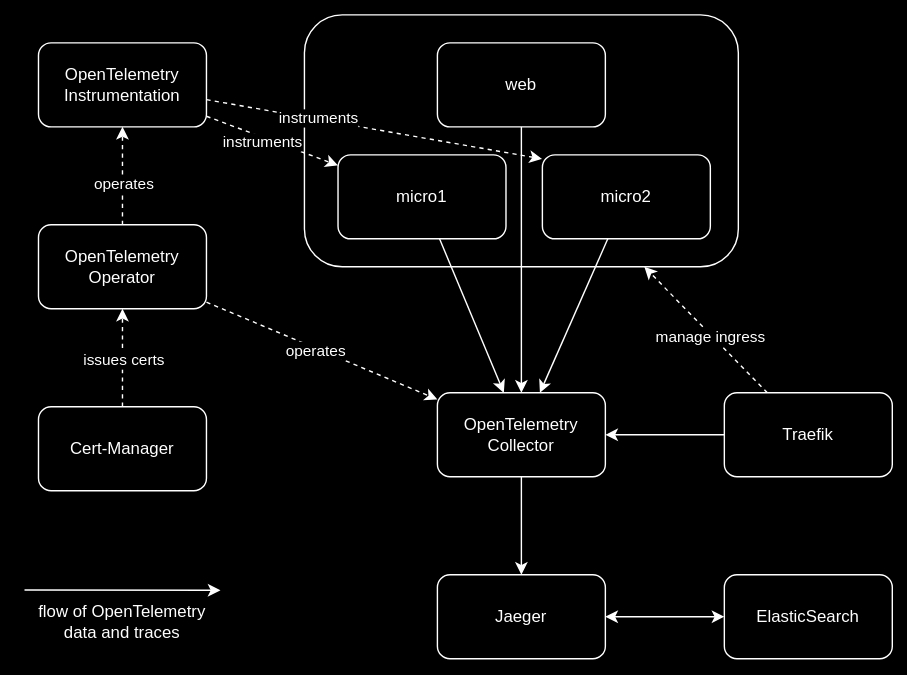
This is docs/local-architecture.drawio.svg from andreasgerner/distributed-tracing, a draw.io export, as it was before one commit. Source tidied: cells renumbered, new cells last; positions are measured from the earlier drawing's top-left corner, leaving out a move shared by most shapes.
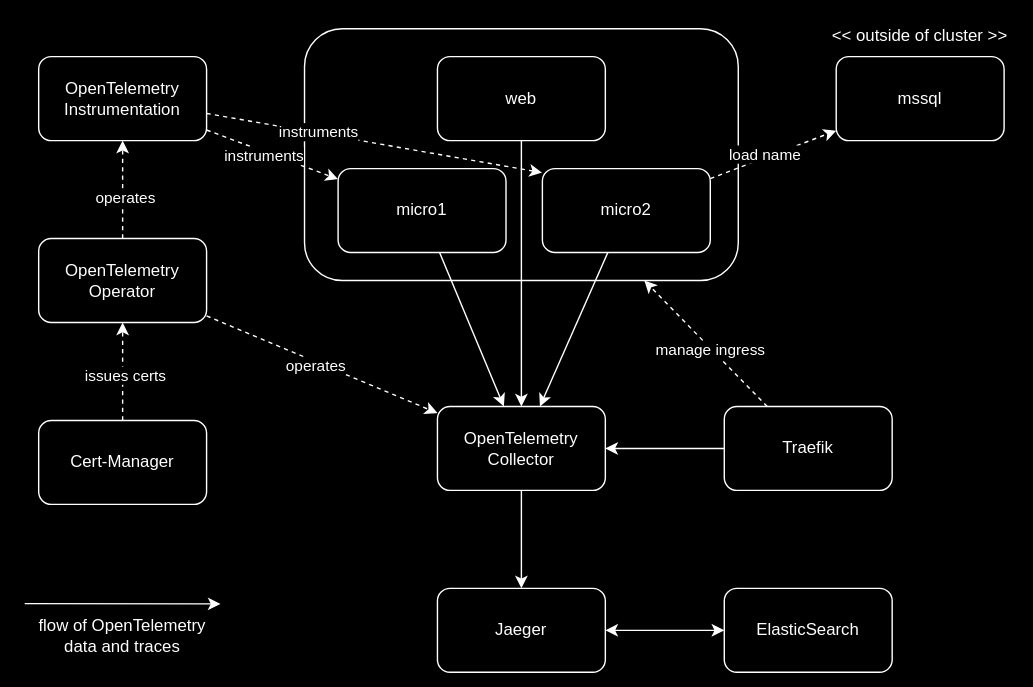
The same file after the commit.

What changed in the source:
```diff
@@ -64,6 +64,14 @@
     <mxCell id="21" style="rounded=0;jettySize=auto;html=1;" parent="1" edge="1" source="22" target="6">
       <mxGeometry relative="1" as="geometry" />
     </mxCell>
+    <mxCell id="33" style="rounded=0;jettySize=auto;html=1;dashed=1;" parent="1" edge="1" source="22" target="35">
+      <mxGeometry relative="1" as="geometry" />
+    </mxCell>
+    <mxCell id="34" value="load name" style="edgeLabel;html=1;align=center;verticalAlign=middle;" parent="33" vertex="1">
+      <mxGeometry x="-0.13" y="2" relative="1" as="geometry">
+        <mxPoint y="-1" as="offset" />
+      </mxGeometry>
+    </mxCell>
     <mxCell id="22" value="micro2" style="rounded=1;whiteSpace=wrap;html=1;" parent="1" vertex="1">
       <mxGeometry x="370" y="100" width="120" height="60" as="geometry" />
     </mxCell>
@@ -104,5 +112,11 @@
     <mxCell id="32" value="flow of OpenTelemetry data and traces" style="text;html=1;align=center;verticalAlign=middle;whiteSpace=wrap;rounded=0;" parent="1" vertex="1">
       <mxGeometry y="419.1" width="140" height="30" as="geometry" />
     </mxCell>
+    <mxCell id="35" value="mssql" style="rounded=1;whiteSpace=wrap;html=1;" parent="1" vertex="1">
+      <mxGeometry x="580" y="20" width="120" height="60" as="geometry" />
+    </mxCell>
+    <mxCell id="36" value="&amp;lt;&amp;lt; outside of cluster &amp;gt;&amp;gt;" style="text;html=1;align=center;verticalAlign=middle;whiteSpace=wrap;rounded=0;" parent="1" vertex="1">
+      <mxGeometry x="570" y="-10" width="140" height="30" as="geometry" />
+    </mxCell>
   </root>
 </mxGraphModel>
```
